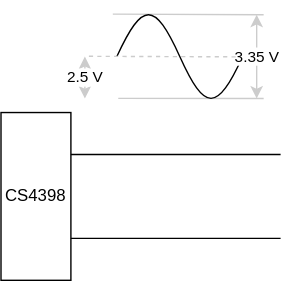
This is audio/tpa3255/volume_diagram.svg from atitoff/hobby, a draw.io export, as it was before one commit. Source tidied: cells renumbered, new cells last; positions are measured from the earlier drawing's top-left corner, leaving out a move shared by most shapes. The source it was exported from:
```xml
<mxGraphModel>
  <root>
    <mxCell id="0" />
    <mxCell id="1" parent="0" />
    <mxCell id="2" value="CS4398" style="rounded=0;whiteSpace=wrap;html=1;" parent="1" vertex="1">
      <mxGeometry y="80" width="50" height="120" as="geometry" />
    </mxCell>
    <mxCell id="3" style="endArrow=none;html=1;rounded=0;exitX=1;exitY=0.25;exitDx=0;exitDy=0;" parent="1" edge="1" source="2">
      <mxGeometry relative="1" as="geometry">
        <mxPoint x="200" y="110" as="targetPoint" />
      </mxGeometry>
    </mxCell>
    <mxCell id="4" style="endArrow=none;html=1;rounded=0;strokeColor=#CCCCCC;entryX=-0.032;entryY=0.12;entryDx=0;entryDy=0;entryPerimeter=0;" parent="1" edge="1" target="6">
      <mxGeometry relative="1" as="geometry">
        <mxPoint x="187.9" y="10" as="sourcePoint" />
      </mxGeometry>
    </mxCell>
    <mxCell id="5" style="endArrow=none;html=1;rounded=0;strokeColor=#CCCCCC;entryX=0.011;entryY=0.873;entryDx=0;entryDy=0;entryPerimeter=0;" parent="1" edge="1" target="6">
      <mxGeometry relative="1" as="geometry">
        <mxPoint x="187.9" y="70" as="sourcePoint" />
      </mxGeometry>
    </mxCell>
    <mxCell id="6" style="verticalLabelPosition=bottom;shadow=0;dashed=0;align=center;html=1;verticalAlign=top;shape=mxgraph.electrical.waveforms.sine_wave;" parent="1" vertex="1">
      <mxGeometry x="82.9" width="90" height="80" as="geometry" />
    </mxCell>
    <mxCell id="7" value="3.35 V" style="endArrow=classic;startArrow=classic;html=1;rounded=0;strokeColor=#CCCCCC;" parent="1" edge="1">
      <mxGeometry relative="1" as="geometry">
        <mxPoint x="182.9" y="70" as="sourcePoint" />
        <mxPoint x="182.9" y="10" as="targetPoint" />
        <Array as="points">
          <mxPoint x="182.9" y="40" />
        </Array>
      </mxGeometry>
    </mxCell>
    <mxCell id="8" style="endArrow=none;html=1;rounded=0;exitX=1;exitY=0.75;exitDx=0;exitDy=0;" parent="1" edge="1" source="2">
      <mxGeometry relative="1" as="geometry">
        <mxPoint x="200" y="170" as="targetPoint" />
      </mxGeometry>
    </mxCell>
    <mxCell id="9" style="endArrow=none;html=1;rounded=0;strokeColor=#CCCCCC;entryX=-0.032;entryY=0.12;entryDx=0;entryDy=0;entryPerimeter=0;dashed=1;" parent="1" edge="1">
      <mxGeometry relative="1" as="geometry">
        <mxPoint x="167.9" y="40.2" as="sourcePoint" />
        <mxPoint x="60" y="39.8" as="targetPoint" />
      </mxGeometry>
    </mxCell>
    <mxCell id="10" value="2.5 V" style="endArrow=classic;startArrow=classic;html=1;rounded=0;strokeColor=#CCCCCC;" parent="1" edge="1">
      <mxGeometry relative="1" as="geometry">
        <mxPoint x="60" y="70" as="sourcePoint" />
        <mxPoint x="60" y="40" as="targetPoint" />
      </mxGeometry>
    </mxCell>
  </root>
</mxGraphModel>
```
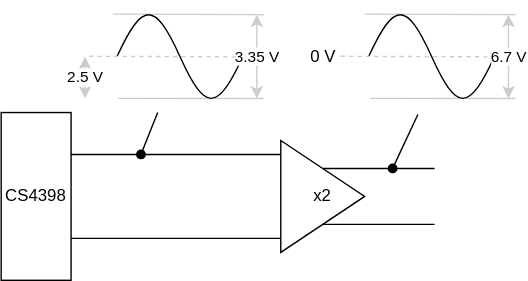
The same file after the commit.

What changed in the source:
```diff
@@ -49,5 +49,59 @@
         <mxPoint x="60" y="40" as="targetPoint" />
       </mxGeometry>
     </mxCell>
+    <mxCell id="11" style="endArrow=oval;html=1;rounded=0;endFill=1;" parent="1" edge="1" source="6">
+      <mxGeometry relative="1" as="geometry">
+        <mxPoint x="100" y="110" as="targetPoint" />
+      </mxGeometry>
+    </mxCell>
+    <mxCell id="12" value="x2" style="triangle;whiteSpace=wrap;html=1;" parent="1" vertex="1">
+      <mxGeometry x="200" y="100" width="60" height="80" as="geometry" />
+    </mxCell>
+    <mxCell id="13" style="endArrow=none;html=1;rounded=0;entryX=0.5;entryY=0;entryDx=0;entryDy=0;" parent="1" edge="1" target="12">
+      <mxGeometry relative="1" as="geometry">
+        <mxPoint x="310" y="120" as="sourcePoint" />
+      </mxGeometry>
+    </mxCell>
+    <mxCell id="14" style="endArrow=none;html=1;rounded=0;exitX=0.5;exitY=1;exitDx=0;exitDy=0;" parent="1" edge="1" source="12">
+      <mxGeometry relative="1" as="geometry">
+        <mxPoint x="310" y="160" as="targetPoint" />
+      </mxGeometry>
+    </mxCell>
+    <mxCell id="15" style="endArrow=none;html=1;rounded=0;strokeColor=#CCCCCC;entryX=-0.032;entryY=0.12;entryDx=0;entryDy=0;entryPerimeter=0;" parent="1" edge="1" target="17">
+      <mxGeometry relative="1" as="geometry">
+        <mxPoint x="367.9" y="10" as="sourcePoint" />
+      </mxGeometry>
+    </mxCell>
+    <mxCell id="16" style="endArrow=none;html=1;rounded=0;strokeColor=#CCCCCC;entryX=0.011;entryY=0.873;entryDx=0;entryDy=0;entryPerimeter=0;" parent="1" edge="1" target="17">
+      <mxGeometry relative="1" as="geometry">
+        <mxPoint x="367.9" y="70" as="sourcePoint" />
+      </mxGeometry>
+    </mxCell>
+    <mxCell id="17" style="verticalLabelPosition=bottom;shadow=0;dashed=0;align=center;html=1;verticalAlign=top;shape=mxgraph.electrical.waveforms.sine_wave;" parent="1" vertex="1">
+      <mxGeometry x="262.9" width="90" height="80" as="geometry" />
+    </mxCell>
+    <mxCell id="18" value="6.7 V" style="endArrow=classic;startArrow=classic;html=1;rounded=0;strokeColor=#CCCCCC;" parent="1" edge="1">
+      <mxGeometry relative="1" as="geometry">
+        <mxPoint x="362.9" y="70" as="sourcePoint" />
+        <mxPoint x="362.9" y="10" as="targetPoint" />
+        <Array as="points">
+          <mxPoint x="362.9" y="40" />
+        </Array>
+      </mxGeometry>
+    </mxCell>
+    <mxCell id="19" style="endArrow=none;html=1;rounded=0;strokeColor=#CCCCCC;entryX=-0.032;entryY=0.12;entryDx=0;entryDy=0;entryPerimeter=0;dashed=1;" parent="1" edge="1">
+      <mxGeometry relative="1" as="geometry">
+        <mxPoint x="347.9" y="40.2" as="sourcePoint" />
+        <mxPoint x="240" y="39.8" as="targetPoint" />
+      </mxGeometry>
+    </mxCell>
+    <mxCell id="20" value="0 V" style="text;html=1;align=center;verticalAlign=middle;strokeColor=none;fillColor=none;" parent="1" vertex="1">
+      <mxGeometry x="215" y="30" width="30" height="20" as="geometry" />
+    </mxCell>
+    <mxCell id="21" style="endArrow=oval;html=1;rounded=0;endFill=1;exitX=0.391;exitY=1.017;exitDx=0;exitDy=0;exitPerimeter=0;" parent="1" edge="1" source="17">
+      <mxGeometry relative="1" as="geometry">
+        <mxPoint x="280" y="120" as="targetPoint" />
+      </mxGeometry>
+    </mxCell>
   </root>
 </mxGraphModel>
```
